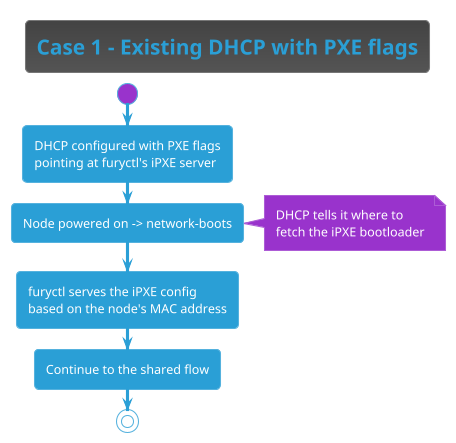
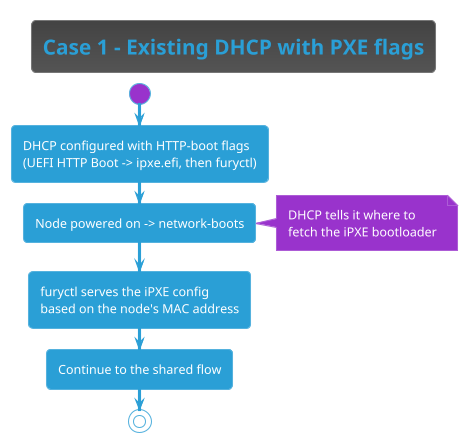
@startuml immutable-case-dhcp-pxe
!theme cyborg

title Case 1 - Existing DHCP with PXE flags

start

- :DHCP configured with PXE flags\npointing at furyctl's iPXE server;
+ :DHCP configured with HTTP-boot flags\n(UEFI HTTP Boot -> ipxe.efi, then furyctl);

:Node powered on -> network-boots;
note right
  DHCP tells it where to
  fetch the iPXE bootloader
end note

:furyctl serves the iPXE config\nbased on the node's MAC address;

:Continue to the shared flow;

stop

@enduml
